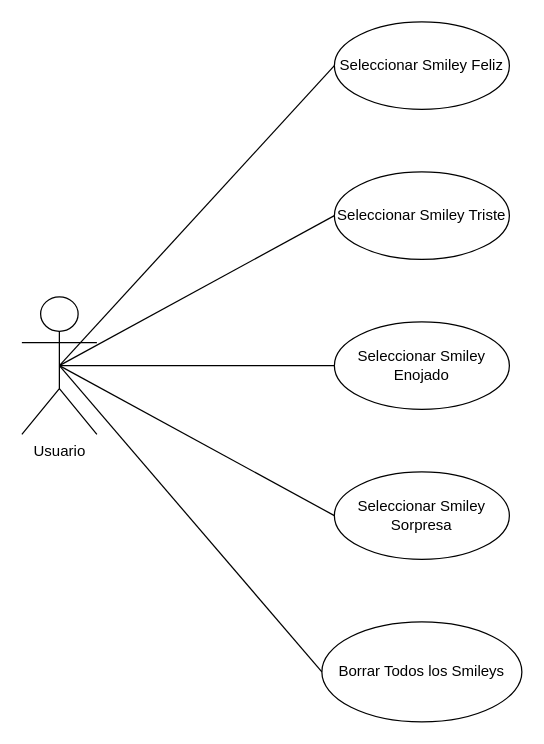
Above: Diagrama caso de uso Practica I.drawio in Nacho6002/Primer_Repositorio (draw.io), before the change. Source tidied: cells renumbered, new cells numbered last; positions are measured from the earlier drawing's top-left corner, leaving out a move shared by most shapes. Both pictures are drawn from the tidied source at 125%, with x=0, y=0 at pixel (21, 21).
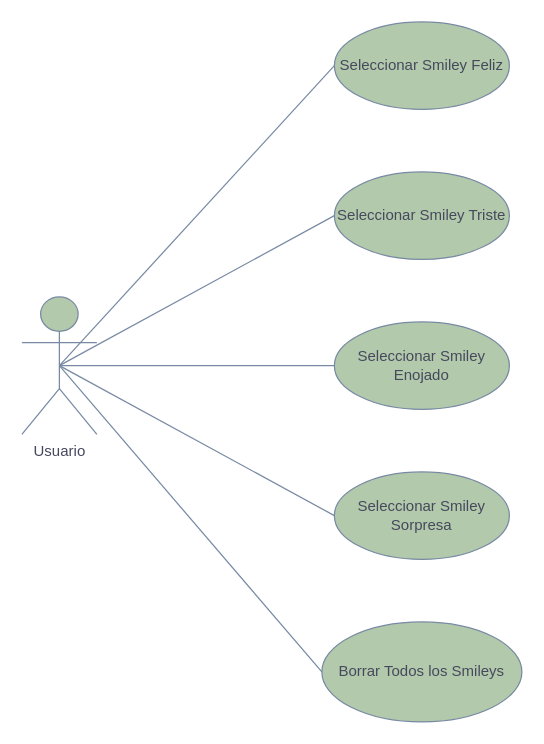
After the change.

What changed in the source:
```diff
@@
 <mxGraphModel>
   <root>
     <mxCell id="0" />
     <mxCell id="1" parent="0" />
-    <mxCell id="2" value="Usuario" style="shape=umlActor;verticalLabelPosition=bottom;verticalAlign=top;html=1;" parent="1" vertex="1">
+    <mxCell id="2" value="Usuario" style="shape=umlActor;verticalLabelPosition=bottom;verticalAlign=top;html=1;labelBackgroundColor=none;fillColor=#B2C9AB;strokeColor=#788AA3;fontColor=#46495D;" parent="1" vertex="1">
       <mxGeometry y="220" width="60" height="110" as="geometry" />
     </mxCell>
-    <mxCell id="3" value="Seleccionar Smiley Feliz" style="ellipse;whiteSpace=wrap;html=1;" parent="1" vertex="1">
+    <mxCell id="3" value="Seleccionar Smiley Feliz" style="ellipse;whiteSpace=wrap;html=1;labelBackgroundColor=none;fillColor=#B2C9AB;strokeColor=#788AA3;fontColor=#46495D;" parent="1" vertex="1">
       <mxGeometry x="250" width="140" height="70" as="geometry" />
     </mxCell>
-    <mxCell id="4" value="Seleccionar Smiley Triste" style="ellipse;whiteSpace=wrap;html=1;" parent="1" vertex="1">
+    <mxCell id="4" value="Seleccionar Smiley Triste" style="ellipse;whiteSpace=wrap;html=1;labelBackgroundColor=none;fillColor=#B2C9AB;strokeColor=#788AA3;fontColor=#46495D;" parent="1" vertex="1">
       <mxGeometry x="250" y="120" width="140" height="70" as="geometry" />
     </mxCell>
-    <mxCell id="5" value="Seleccionar Smiley Enojado" style="ellipse;whiteSpace=wrap;html=1;" parent="1" vertex="1">
+    <mxCell id="5" value="Seleccionar Smiley Enojado" style="ellipse;whiteSpace=wrap;html=1;labelBackgroundColor=none;fillColor=#B2C9AB;strokeColor=#788AA3;fontColor=#46495D;" parent="1" vertex="1">
       <mxGeometry x="250" y="240" width="140" height="70" as="geometry" />
     </mxCell>
-    <mxCell id="6" value="Seleccionar Smiley Sorpresa" style="ellipse;whiteSpace=wrap;html=1;" parent="1" vertex="1">
+    <mxCell id="6" value="Seleccionar Smiley Sorpresa" style="ellipse;whiteSpace=wrap;html=1;labelBackgroundColor=none;fillColor=#B2C9AB;strokeColor=#788AA3;fontColor=#46495D;" parent="1" vertex="1">
       <mxGeometry x="250" y="360" width="140" height="70" as="geometry" />
     </mxCell>
-    <mxCell id="7" value="Borrar Todos los Smileys" style="ellipse;whiteSpace=wrap;html=1;" parent="1" vertex="1">
+    <mxCell id="7" value="Borrar Todos los Smileys" style="ellipse;whiteSpace=wrap;html=1;labelBackgroundColor=none;fillColor=#B2C9AB;strokeColor=#788AA3;fontColor=#46495D;" parent="1" vertex="1">
       <mxGeometry x="240" y="480" width="160" height="80" as="geometry" />
     </mxCell>
-    <mxCell id="8" style="endArrow=none;html=1;rounded=0;entryX=0;entryY=0.5;entryDx=0;entryDy=0;exitX=0.5;exitY=0.5;exitDx=0;exitDy=0;exitPerimeter=0;" parent="1" edge="1" source="2" target="4">
+    <mxCell id="8" style="endArrow=none;html=1;rounded=0;entryX=0;entryY=0.5;entryDx=0;entryDy=0;exitX=0.5;exitY=0.5;exitDx=0;exitDy=0;exitPerimeter=0;labelBackgroundColor=none;fontColor=default;strokeColor=#788AA3;" parent="1" edge="1" source="2" target="4">
       <mxGeometry relative="1" as="geometry" />
     </mxCell>
-    <mxCell id="9" style="endArrow=none;html=1;rounded=0;entryX=0;entryY=0.5;entryDx=0;entryDy=0;exitX=0.5;exitY=0.5;exitDx=0;exitDy=0;exitPerimeter=0;" parent="1" edge="1" source="2" target="5">
+    <mxCell id="9" style="endArrow=none;html=1;rounded=0;entryX=0;entryY=0.5;entryDx=0;entryDy=0;exitX=0.5;exitY=0.5;exitDx=0;exitDy=0;exitPerimeter=0;labelBackgroundColor=none;fontColor=default;strokeColor=#788AA3;" parent="1" edge="1" source="2" target="5">
       <mxGeometry relative="1" as="geometry" />
     </mxCell>
-    <mxCell id="10" style="endArrow=none;html=1;rounded=0;entryX=0;entryY=0.5;entryDx=0;entryDy=0;exitX=0.5;exitY=0.5;exitDx=0;exitDy=0;exitPerimeter=0;" parent="1" edge="1" source="2" target="6">
+    <mxCell id="10" style="endArrow=none;html=1;rounded=0;entryX=0;entryY=0.5;entryDx=0;entryDy=0;exitX=0.5;exitY=0.5;exitDx=0;exitDy=0;exitPerimeter=0;labelBackgroundColor=none;fontColor=default;strokeColor=#788AA3;" parent="1" edge="1" source="2" target="6">
       <mxGeometry relative="1" as="geometry" />
     </mxCell>
-    <mxCell id="11" style="endArrow=none;html=1;rounded=0;entryX=0;entryY=0.5;entryDx=0;entryDy=0;exitX=0.5;exitY=0.5;exitDx=0;exitDy=0;exitPerimeter=0;" parent="1" edge="1" source="2" target="7">
+    <mxCell id="11" style="endArrow=none;html=1;rounded=0;entryX=0;entryY=0.5;entryDx=0;entryDy=0;exitX=0.5;exitY=0.5;exitDx=0;exitDy=0;exitPerimeter=0;labelBackgroundColor=none;fontColor=default;strokeColor=#788AA3;" parent="1" edge="1" source="2" target="7">
       <mxGeometry relative="1" as="geometry" />
     </mxCell>
-    <mxCell id="12" style="endArrow=none;html=1;rounded=0;entryX=0;entryY=0.5;entryDx=0;entryDy=0;exitX=0.5;exitY=0.5;exitDx=0;exitDy=0;exitPerimeter=0;" parent="1" edge="1" source="2" target="3">
+    <mxCell id="12" style="endArrow=none;html=1;rounded=0;entryX=0;entryY=0.5;entryDx=0;entryDy=0;exitX=0.5;exitY=0.5;exitDx=0;exitDy=0;exitPerimeter=0;labelBackgroundColor=none;fontColor=default;strokeColor=#788AA3;" parent="1" edge="1" source="2" target="3">
       <mxGeometry relative="1" as="geometry" />
     </mxCell>
   </root>
 </mxGraphModel>
```
